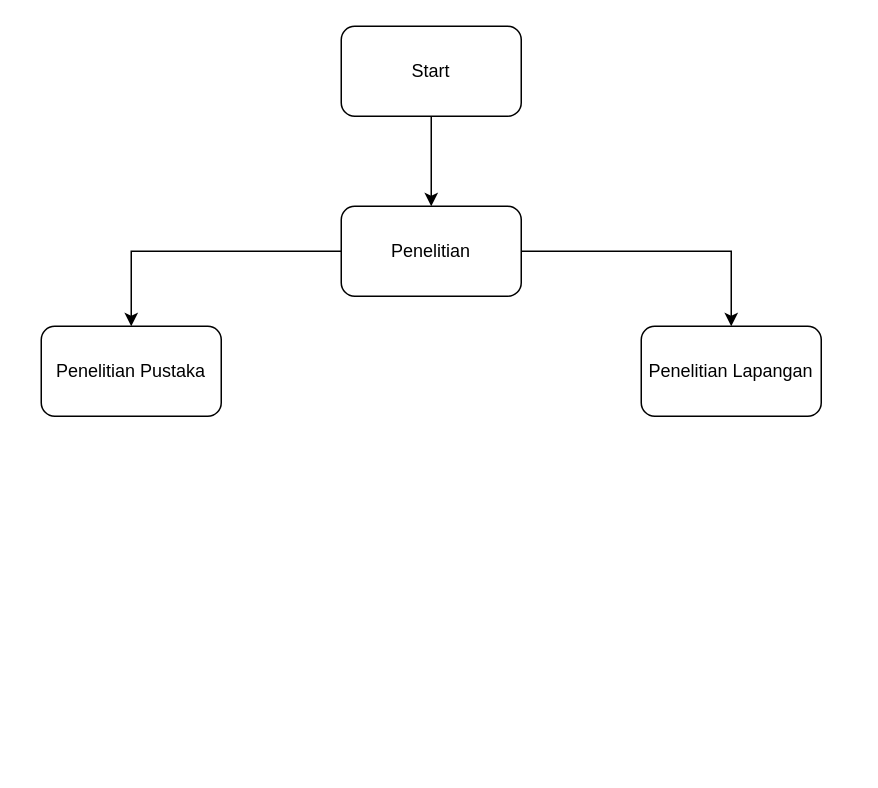
Earlier version of the draw.io diagram dump-diagrams/Untitled Diagram.drawio (xoghub/diagrams). Source tidied: cells renumbered, new cells numbered last; positions are measured from the earlier drawing's top-left corner, leaving out a move shared by most shapes. Both pictures are drawn from the tidied source at 150%, with x=0, y=0 at pixel (40, 26).
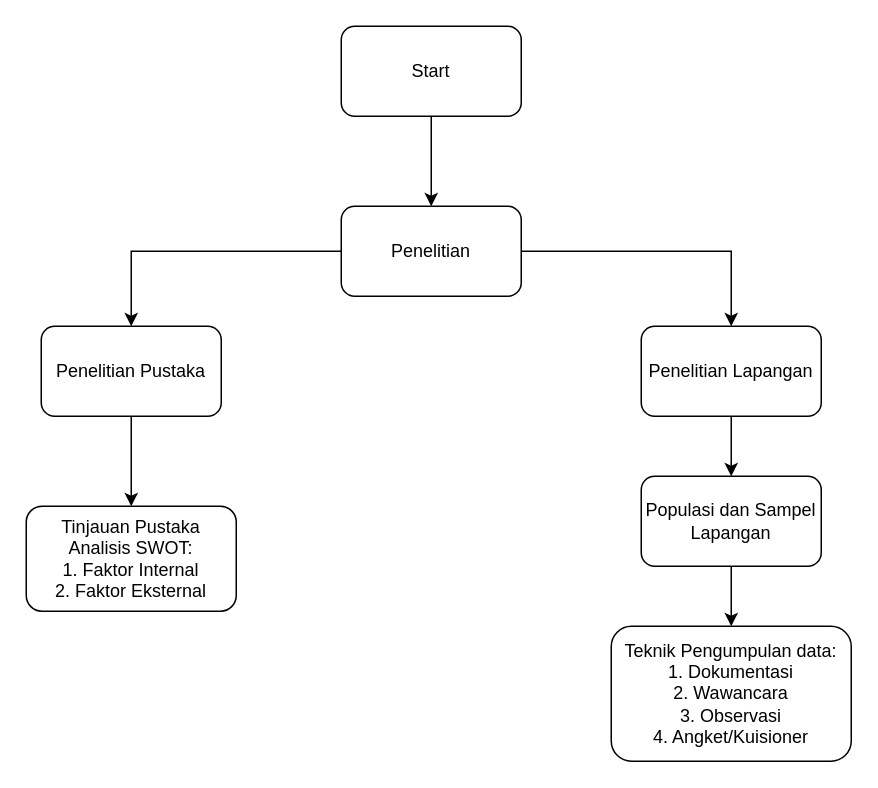
The same diagram, later.

The edit, as a diff of the source:
```diff
@@
 <mxGraphModel>
   <root>
     <mxCell id="0" />
     <mxCell id="1" parent="0" />
     <mxCell id="2" style="edgeStyle=orthogonalEdgeStyle;rounded=0;jettySize=auto;html=1;" parent="1" edge="1" source="3" target="6">
       <mxGeometry relative="1" as="geometry" />
     </mxCell>
     <mxCell id="3" value="Start" style="rounded=1;whiteSpace=wrap;html=1;" parent="1" vertex="1">
       <mxGeometry x="200" width="120" height="60" as="geometry" />
     </mxCell>
     <mxCell id="4" style="edgeStyle=orthogonalEdgeStyle;rounded=0;jettySize=auto;html=1;entryX=0.5;entryY=0;entryDx=0;entryDy=0;" parent="1" edge="1" source="6" target="7">
       <mxGeometry relative="1" as="geometry" />
     </mxCell>
     <mxCell id="5" style="edgeStyle=orthogonalEdgeStyle;rounded=0;jettySize=auto;html=1;entryX=0.5;entryY=0;entryDx=0;entryDy=0;" parent="1" edge="1" source="6" target="8">
       <mxGeometry relative="1" as="geometry" />
     </mxCell>
     <mxCell id="6" value="Penelitian" style="rounded=1;whiteSpace=wrap;html=1;" parent="1" vertex="1">
       <mxGeometry x="200" y="120" width="120" height="60" as="geometry" />
     </mxCell>
+    <mxCell id="9" style="edgeStyle=orthogonalEdgeStyle;rounded=0;jettySize=auto;html=1;" parent="1" edge="1" source="7" target="11">
+      <mxGeometry relative="1" as="geometry" />
+    </mxCell>
     <mxCell id="7" value="Penelitian Pustaka" style="rounded=1;whiteSpace=wrap;html=1;" parent="1" vertex="1">
       <mxGeometry y="200" width="120" height="60" as="geometry" />
     </mxCell>
+    <mxCell id="10" style="edgeStyle=orthogonalEdgeStyle;rounded=0;jettySize=auto;html=1;" parent="1" edge="1" source="8" target="13">
+      <mxGeometry relative="1" as="geometry" />
+    </mxCell>
     <mxCell id="8" value="Penelitian Lapangan" style="rounded=1;whiteSpace=wrap;html=1;" parent="1" vertex="1">
       <mxGeometry x="400" y="200" width="120" height="60" as="geometry" />
     </mxCell>
+    <mxCell id="11" value="Tinjauan Pustaka &lt;br&gt;Analisis SWOT:&lt;br&gt;1. Faktor Internal&lt;br&gt;2. Faktor Eksternal" style="rounded=1;whiteSpace=wrap;html=1;" parent="1" vertex="1">
+      <mxGeometry x="-10" y="320" width="140" height="70" as="geometry" />
+    </mxCell>
+    <mxCell id="12" style="edgeStyle=orthogonalEdgeStyle;rounded=0;jettySize=auto;html=1;" parent="1" edge="1" source="13" target="14">
+      <mxGeometry relative="1" as="geometry" />
+    </mxCell>
+    <mxCell id="13" value="Populasi dan Sampel Lapangan" style="rounded=1;whiteSpace=wrap;html=1;" parent="1" vertex="1">
+      <mxGeometry x="400" y="300" width="120" height="60" as="geometry" />
+    </mxCell>
+    <mxCell id="14" value="Teknik Pengumpulan data:&lt;br&gt;1. Dokumentasi&lt;br&gt;2. Wawancara&lt;br&gt;3. Observasi&lt;br&gt;4. Angket/Kuisioner" style="whiteSpace=wrap;html=1;rounded=1;" parent="1" vertex="1">
+      <mxGeometry x="380" y="400" width="160" height="90" as="geometry" />
+    </mxCell>
   </root>
 </mxGraphModel>
```
